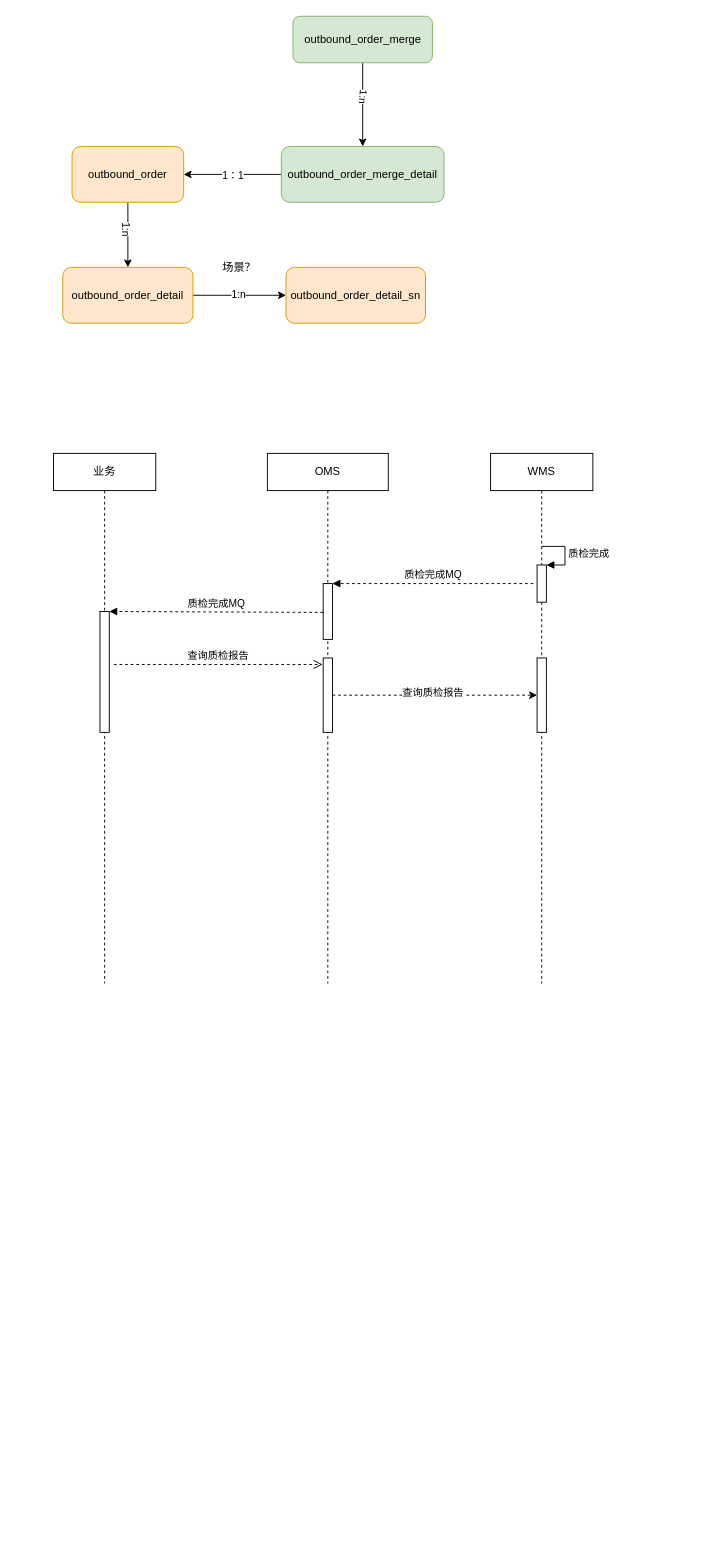
Earlier version of the draw.io diagram OMS-借出单业务.drawio (yz19930826/pics). Source tidied: cells renumbered, new cells numbered last; positions are measured from the earlier drawing's top-left corner, leaving out a move shared by most shapes. Both pictures are drawn from the tidied source at 93%, with x=0, y=0 at pixel (53, 16).
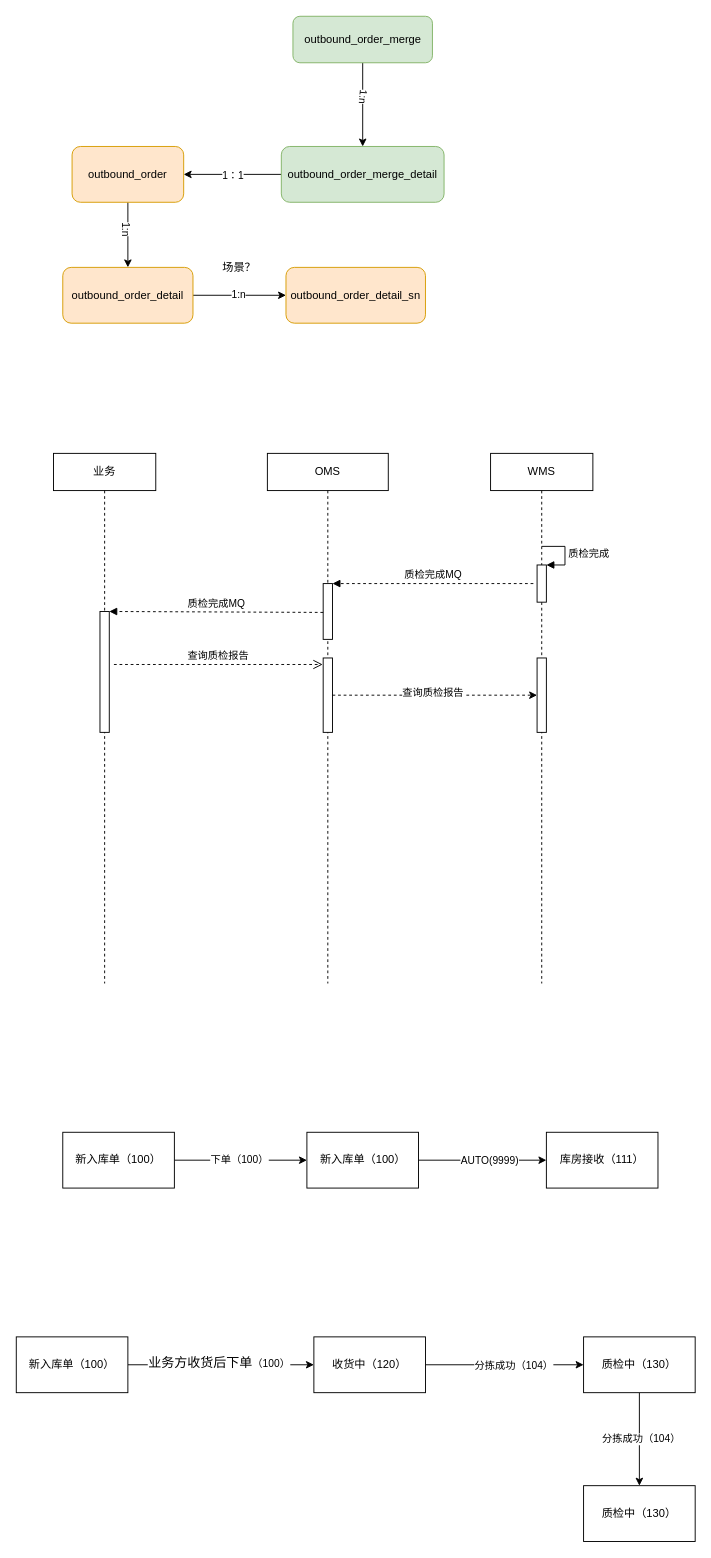
The same diagram, later.

Commit message:
Update OMS-借出单业务.drawio

The edit, as a diff of the source:
```diff
@@
+    <mxCell id="30" style="edgeStyle=orthogonalEdgeStyle;rounded=0;sketch=0;jettySize=auto;html=1;strokeColor=#000000;" parent="1" edge="1" source="32" target="35">
+      <mxGeometry relative="1" as="geometry" />
+    </mxCell>
+    <mxCell id="31" value="下单（100）" style="edgeLabel;html=1;align=center;verticalAlign=middle;" parent="30" vertex="1">
+      <mxGeometry x="-0.03" y="2" relative="1" as="geometry" />
+    </mxCell>
+    <mxCell id="32" value="新入库单（100）" style="rounded=0;whiteSpace=wrap;html=1;sketch=0;" parent="1" vertex="1">
+      <mxGeometry x="10" y="1200" width="120" height="60" as="geometry" />
+    </mxCell>
+    <mxCell id="33" style="edgeStyle=orthogonalEdgeStyle;rounded=0;sketch=0;jettySize=auto;html=1;strokeColor=#000000;" parent="1" edge="1" source="35" target="36">
+      <mxGeometry relative="1" as="geometry" />
+    </mxCell>
+    <mxCell id="34" value="AUTO(9999)" style="edgeLabel;html=1;align=center;verticalAlign=middle;" parent="33" vertex="1">
+      <mxGeometry x="0.11" relative="1" as="geometry" />
+    </mxCell>
+    <mxCell id="35" value="新入库单（100）" style="rounded=0;whiteSpace=wrap;html=1;sketch=0;" parent="1" vertex="1">
+      <mxGeometry x="272.5" y="1200" width="120" height="60" as="geometry" />
+    </mxCell>
+    <mxCell id="36" value="库房接收（111）" style="rounded=0;whiteSpace=wrap;html=1;sketch=0;" parent="1" vertex="1">
+      <mxGeometry x="530" y="1200" width="120" height="60" as="geometry" />
+    </mxCell>
+    <mxCell id="37" style="edgeStyle=orthogonalEdgeStyle;rounded=0;sketch=0;jettySize=auto;html=1;strokeColor=#000000;" parent="1" edge="1" source="39" target="42">
+      <mxGeometry relative="1" as="geometry" />
+    </mxCell>
+    <mxCell id="38" value="&lt;span style=&quot;background-color: rgb(255 , 255 , 255)&quot;&gt;&lt;span style=&quot;font-family: &amp;#34;jetbrains mono&amp;#34; , monospace ; font-size: 10.5pt&quot;&gt;业务方收货后下单&lt;/span&gt;（100）&lt;/span&gt;" style="edgeLabel;html=1;align=center;verticalAlign=middle;" parent="37" vertex="1">
+      <mxGeometry x="-0.03" y="2" relative="1" as="geometry" />
+    </mxCell>
+    <mxCell id="39" value="新入库单（100）" style="rounded=0;whiteSpace=wrap;html=1;sketch=0;" parent="1" vertex="1">
+      <mxGeometry x="-40" y="1420" width="120" height="60" as="geometry" />
+    </mxCell>
+    <mxCell id="40" style="edgeStyle=orthogonalEdgeStyle;rounded=0;sketch=0;jettySize=auto;html=1;strokeColor=#000000;" parent="1" edge="1" source="42" target="45">
+      <mxGeometry relative="1" as="geometry" />
+    </mxCell>
+    <mxCell id="41" value="分拣成功（104）" style="edgeLabel;html=1;align=center;verticalAlign=middle;" parent="40" vertex="1">
+      <mxGeometry x="0.11" relative="1" as="geometry" />
+    </mxCell>
+    <mxCell id="42" value="收货中（120）" style="rounded=0;whiteSpace=wrap;html=1;sketch=0;" parent="1" vertex="1">
+      <mxGeometry x="280" y="1420" width="120" height="60" as="geometry" />
+    </mxCell>
+    <mxCell id="43" style="edgeStyle=orthogonalEdgeStyle;rounded=0;sketch=0;jettySize=auto;html=1;strokeColor=#000000;" parent="1" edge="1" source="45" target="46">
+      <mxGeometry relative="1" as="geometry" />
+    </mxCell>
+    <mxCell id="44" value="分拣成功（104）" style="edgeLabel;html=1;align=center;verticalAlign=middle;" parent="43" vertex="1">
+      <mxGeometry x="-0.03" y="1" relative="1" as="geometry" />
+    </mxCell>
+    <mxCell id="45" value="质检中（130）" style="rounded=0;whiteSpace=wrap;html=1;sketch=0;" parent="1" vertex="1">
+      <mxGeometry x="570" y="1420" width="120" height="60" as="geometry" />
+    </mxCell>
+    <mxCell id="46" value="质检中（130）" style="rounded=0;whiteSpace=wrap;html=1;sketch=0;" parent="1" vertex="1">
+      <mxGeometry x="570" y="1580" width="120" height="60" as="geometry" />
+    </mxCell>
```
